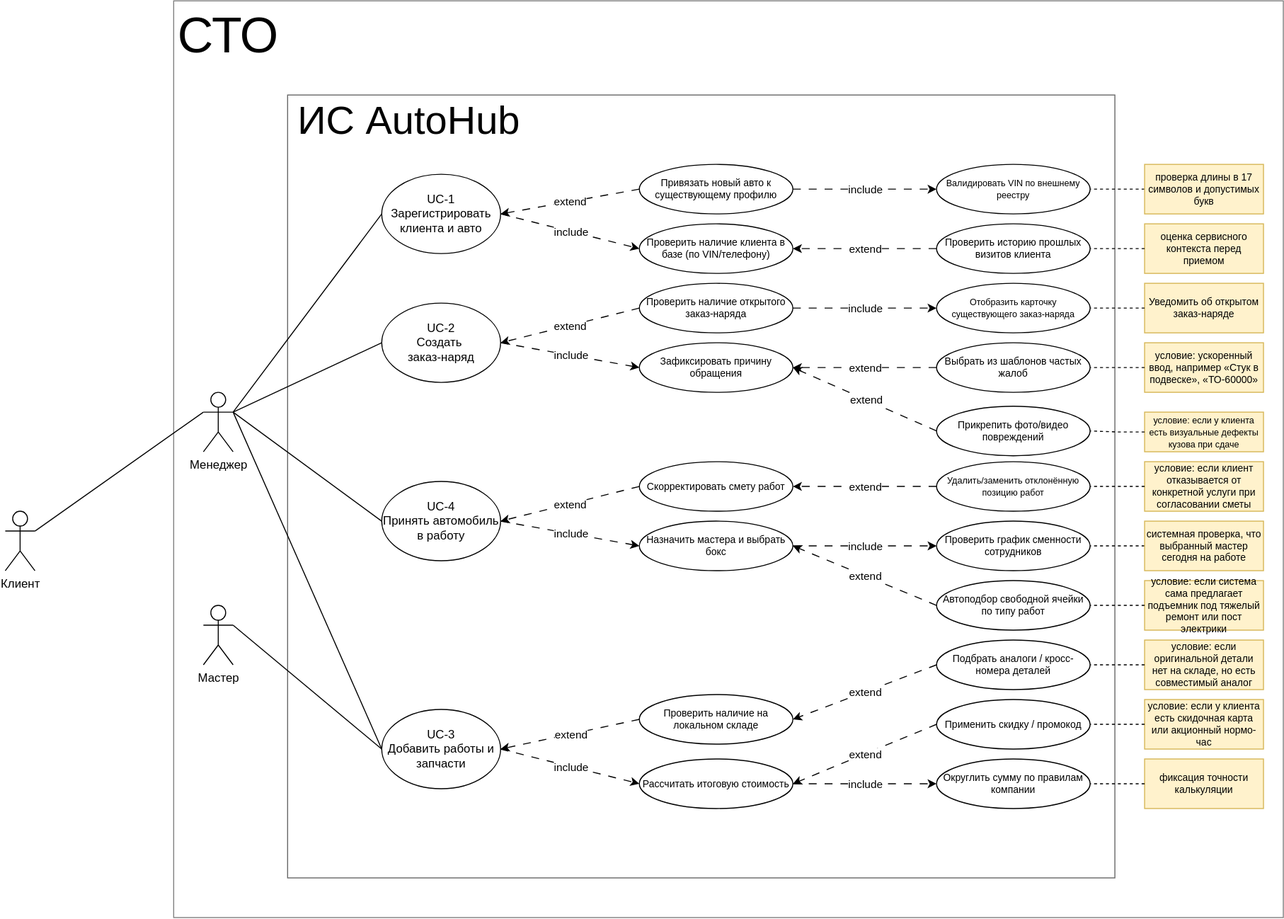
IggyKuz/AutoHub-Docs keeps this draw.io diagram as docs/assets/images/usecase-diagram.svg. Above is the earlier version. Source tidied: cells renumbered, new cells last; positions are measured from the earlier drawing's top-left corner, leaving out a move shared by most shapes.
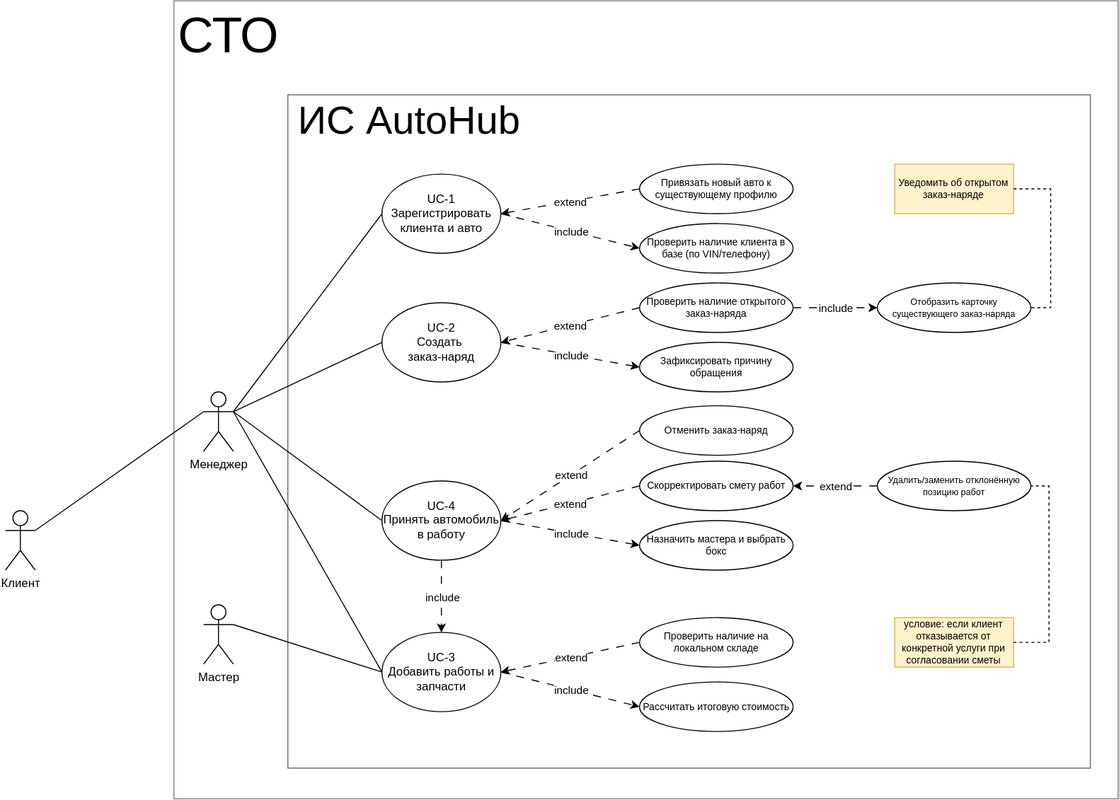
The same diagram one commit later.

Commit message:
пункт 7 ощип курицы UC

What changed in the source:
```diff
@@ -3,10 +3,10 @@
     <mxCell id="0" />
     <mxCell id="1" parent="0" />
     <mxCell id="2" style="rounded=0;whiteSpace=wrap;html=1;opacity=50;" parent="1" vertex="1">
-      <mxGeometry x="170" width="1120" height="925" as="geometry" />
+      <mxGeometry x="170" width="953" height="806" as="geometry" />
     </mxCell>
     <mxCell id="3" style="rounded=0;whiteSpace=wrap;html=1;strokeColor=light-dark(#000000,#000000);opacity=60;" parent="1" vertex="1">
-      <mxGeometry x="285" y="95" width="835" height="790" as="geometry" />
+      <mxGeometry x="285" y="95" width="810" height="680" as="geometry" />
     </mxCell>
     <mxCell id="4" value="&lt;font style=&quot;font-size: 40px;&quot;&gt;ИС AutoHub&lt;/font&gt;" style="text;html=1;whiteSpace=wrap;strokeColor=none;fillColor=none;align=center;verticalAlign=middle;rounded=0;" parent="1" vertex="1">
       <mxGeometry x="290" y="105" width="235" height="30" as="geometry" />
@@ -18,7 +18,7 @@
       <mxGeometry x="200" y="610" width="30" height="60" as="geometry" />
     </mxCell>
     <mxCell id="7" value="&lt;div&gt;UC-3&lt;/div&gt;Добавить работы и запчасти" style="ellipse;whiteSpace=wrap;html=1;" parent="1" vertex="1">
-      <mxGeometry x="380" y="715" width="120" height="80" as="geometry" />
+      <mxGeometry x="380" y="638" width="120" height="80" as="geometry" />
     </mxCell>
     <mxCell id="8" style="endArrow=none;html=1;rounded=0;entryX=0;entryY=0.5;entryDx=0;entryDy=0;exitX=1;exitY=0.3333333333333333;exitDx=0;exitDy=0;exitPerimeter=0;" parent="1" edge="1" source="6" target="7">
       <mxGeometry relative="1" as="geometry" />
@@ -78,10 +78,10 @@
       <mxGeometry x="640" y="465" width="155" height="50" as="geometry" />
     </mxCell>
     <mxCell id="27" value="Рассчитать итоговую стоимость" style="ellipse;whiteSpace=wrap;html=1;fontSize=10;" parent="1" vertex="1">
-      <mxGeometry x="640" y="765" width="155" height="50" as="geometry" />
+      <mxGeometry x="640" y="688" width="155" height="50" as="geometry" />
     </mxCell>
     <mxCell id="28" value="Проверить наличие на локальном складе" style="ellipse;whiteSpace=wrap;html=1;fontSize=10;" parent="1" vertex="1">
-      <mxGeometry x="640" y="700" width="155" height="50" as="geometry" />
+      <mxGeometry x="640" y="623" width="155" height="50" as="geometry" />
     </mxCell>
     <mxCell id="29" style="endArrow=classic;html=1;rounded=0;entryX=0;entryY=0.5;entryDx=0;entryDy=0;dashed=1;dashPattern=8 8;exitX=1;exitY=0.5;exitDx=0;exitDy=0;" parent="1" edge="1" source="7" target="27">
       <mxGeometry relative="1" as="geometry" />
@@ -125,44 +125,8 @@
     <mxCell id="42" value="extend" style="edgeLabel;html=1;align=center;verticalAlign=middle;" parent="41" vertex="1">
       <mxGeometry relative="1" as="geometry" />
     </mxCell>
-    <mxCell id="43" style="endArrow=classic;html=1;rounded=0;entryX=1;entryY=0.5;entryDx=0;entryDy=0;dashed=1;dashPattern=8 8;exitX=0;exitY=0.5;exitDx=0;exitDy=0;" parent="1" edge="1" source="45" target="23">
-      <mxGeometry relative="1" as="geometry" />
-    </mxCell>
-    <mxCell id="44" value="extend" style="edgeLabel;html=1;align=center;verticalAlign=middle;" parent="43" vertex="1">
-      <mxGeometry relative="1" as="geometry" />
-    </mxCell>
-    <mxCell id="45" value="Проверить историю прошлых визитов клиента" style="ellipse;whiteSpace=wrap;html=1;fontSize=10;" parent="1" vertex="1">
-      <mxGeometry x="940" y="225" width="155" height="50" as="geometry" />
-    </mxCell>
-    <mxCell id="46" value="&lt;font style=&quot;font-size: 9px;&quot;&gt;Валидировать VIN по внешнему реестру&lt;/font&gt;" style="ellipse;whiteSpace=wrap;html=1;fontSize=10;" parent="1" vertex="1">
-      <mxGeometry x="940" y="165" width="155" height="50" as="geometry" />
-    </mxCell>
-    <mxCell id="47" style="endArrow=classic;html=1;rounded=0;entryX=0;entryY=0.5;entryDx=0;entryDy=0;dashed=1;dashPattern=8 8;exitX=1;exitY=0.5;exitDx=0;exitDy=0;" parent="1" edge="1" source="25" target="46">
-      <mxGeometry relative="1" as="geometry" />
-    </mxCell>
-    <mxCell id="48" value="include" style="edgeLabel;html=1;align=center;verticalAlign=middle;" parent="47" vertex="1">
-      <mxGeometry relative="1" as="geometry" />
-    </mxCell>
-    <mxCell id="49" value="Прикрепить фото/видео повреждений" style="ellipse;whiteSpace=wrap;html=1;fontSize=10;" parent="1" vertex="1">
-      <mxGeometry x="940" y="409" width="155" height="50" as="geometry" />
-    </mxCell>
-    <mxCell id="50" style="endArrow=classic;html=1;rounded=0;entryX=1;entryY=0.5;entryDx=0;entryDy=0;dashed=1;dashPattern=8 8;exitX=0;exitY=0.5;exitDx=0;exitDy=0;" parent="1" edge="1" source="54" target="22">
-      <mxGeometry relative="1" as="geometry" />
-    </mxCell>
-    <mxCell id="51" value="extend" style="edgeLabel;html=1;align=center;verticalAlign=middle;" parent="50" vertex="1">
-      <mxGeometry relative="1" as="geometry" />
-    </mxCell>
-    <mxCell id="52" style="endArrow=classic;html=1;rounded=0;entryX=1;entryY=0.5;entryDx=0;entryDy=0;dashed=1;dashPattern=8 8;exitX=0;exitY=0.5;exitDx=0;exitDy=0;" parent="1" edge="1" source="49" target="22">
-      <mxGeometry relative="1" as="geometry" />
-    </mxCell>
-    <mxCell id="53" value="extend" style="edgeLabel;html=1;align=center;verticalAlign=middle;" parent="52" vertex="1">
-      <mxGeometry relative="1" as="geometry" />
-    </mxCell>
-    <mxCell id="54" value="Выбрать из шаблонов частых жалоб" style="ellipse;whiteSpace=wrap;html=1;fontSize=10;" parent="1" vertex="1">
-      <mxGeometry x="940" y="345" width="155" height="50" as="geometry" />
-    </mxCell>
     <mxCell id="55" value="&lt;font style=&quot;font-size: 9px;&quot;&gt;Отобразить карточку существующего заказ-наряда&lt;/font&gt;" style="ellipse;whiteSpace=wrap;html=1;fontSize=10;" parent="1" vertex="1">
-      <mxGeometry x="940" y="285" width="155" height="50" as="geometry" />
+      <mxGeometry x="880" y="285" width="155" height="50" as="geometry" />
     </mxCell>
     <mxCell id="56" style="endArrow=classic;html=1;rounded=0;entryX=0;entryY=0.5;entryDx=0;entryDy=0;dashed=1;dashPattern=8 8;exitX=1;exitY=0.5;exitDx=0;exitDy=0;" parent="1" edge="1" source="24" target="55">
       <mxGeometry relative="1" as="geometry" />
@@ -170,125 +134,46 @@
     <mxCell id="57" value="include" style="edgeLabel;html=1;align=center;verticalAlign=middle;" parent="56" vertex="1">
       <mxGeometry relative="1" as="geometry" />
     </mxCell>
-    <mxCell id="58" value="Округлить сумму по правилам компании" style="ellipse;whiteSpace=wrap;html=1;fontSize=10;" parent="1" vertex="1">
-      <mxGeometry x="940" y="765" width="155" height="50" as="geometry" />
-    </mxCell>
-    <mxCell id="59" value="Применить скидку / промокод" style="ellipse;whiteSpace=wrap;html=1;fontSize=10;" parent="1" vertex="1">
-      <mxGeometry x="940" y="705" width="155" height="50" as="geometry" />
-    </mxCell>
-    <mxCell id="60" style="endArrow=classic;html=1;rounded=0;entryX=0;entryY=0.5;entryDx=0;entryDy=0;dashed=1;dashPattern=8 8;exitX=1;exitY=0.5;exitDx=0;exitDy=0;" parent="1" edge="1" source="27" target="58">
-      <mxGeometry relative="1" as="geometry" />
-    </mxCell>
-    <mxCell id="61" value="include" style="edgeLabel;html=1;align=center;verticalAlign=middle;" parent="60" vertex="1">
-      <mxGeometry relative="1" as="geometry" />
-    </mxCell>
-    <mxCell id="62" style="endArrow=classic;html=1;rounded=0;entryX=1;entryY=0.5;entryDx=0;entryDy=0;dashed=1;dashPattern=8 8;exitX=0;exitY=0.5;exitDx=0;exitDy=0;" parent="1" edge="1" source="59" target="27">
-      <mxGeometry relative="1" as="geometry" />
-    </mxCell>
-    <mxCell id="63" value="extend" style="edgeLabel;html=1;align=center;verticalAlign=middle;" parent="62" vertex="1">
-      <mxGeometry relative="1" as="geometry" />
-    </mxCell>
-    <mxCell id="64" value="Подбрать аналоги / кросс-номера деталей" style="ellipse;whiteSpace=wrap;html=1;fontSize=10;" parent="1" vertex="1">
-      <mxGeometry x="940" y="645" width="155" height="50" as="geometry" />
-    </mxCell>
-    <mxCell id="65" style="endArrow=classic;html=1;rounded=0;entryX=1;entryY=0.5;entryDx=0;entryDy=0;dashed=1;dashPattern=8 8;exitX=0;exitY=0.5;exitDx=0;exitDy=0;" parent="1" edge="1" source="64" target="28">
-      <mxGeometry relative="1" as="geometry" />
-    </mxCell>
-    <mxCell id="66" value="extend" style="edgeLabel;html=1;align=center;verticalAlign=middle;" parent="65" vertex="1">
-      <mxGeometry relative="1" as="geometry" />
-    </mxCell>
-    <mxCell id="67" value="Автоподбор свободной ячейки по типу работ" style="ellipse;whiteSpace=wrap;html=1;fontSize=10;" parent="1" vertex="1">
-      <mxGeometry x="940" y="585" width="155" height="50" as="geometry" />
-    </mxCell>
     <mxCell id="68" value="&lt;font style=&quot;font-size: 9px;&quot;&gt;Удалить/заменить отклонённую позицию работ&lt;/font&gt;" style="ellipse;whiteSpace=wrap;html=1;fontSize=10;" parent="1" vertex="1">
-      <mxGeometry x="940" y="465" width="155" height="50" as="geometry" />
+      <mxGeometry x="880" y="465" width="155" height="50" as="geometry" />
     </mxCell>
-    <mxCell id="69" value="Проверить график сменности сотрудников" style="ellipse;whiteSpace=wrap;html=1;fontSize=10;" parent="1" vertex="1">
-      <mxGeometry x="940" y="525" width="155" height="50" as="geometry" />
-    </mxCell>
-    <mxCell id="70" style="endArrow=classic;html=1;rounded=0;entryX=0;entryY=0.5;entryDx=0;entryDy=0;dashed=1;dashPattern=8 8;exitX=1;exitY=0.5;exitDx=0;exitDy=0;" parent="1" edge="1" source="9" target="69">
-      <mxGeometry relative="1" as="geometry" />
-    </mxCell>
-    <mxCell id="71" value="include" style="edgeLabel;html=1;align=center;verticalAlign=middle;" parent="70" vertex="1">
-      <mxGeometry relative="1" as="geometry" />
-    </mxCell>
-    <mxCell id="72" style="endArrow=classic;html=1;rounded=0;entryX=1;entryY=0.5;entryDx=0;entryDy=0;dashed=1;dashPattern=8 8;exitX=0;exitY=0.5;exitDx=0;exitDy=0;" parent="1" edge="1" source="67" target="9">
-      <mxGeometry relative="1" as="geometry" />
-    </mxCell>
-    <mxCell id="73" value="extend" style="edgeLabel;html=1;align=center;verticalAlign=middle;" parent="72" vertex="1">
-      <mxGeometry relative="1" as="geometry" />
-    </mxCell>
     <mxCell id="74" style="endArrow=classic;html=1;rounded=0;entryX=1;entryY=0.5;entryDx=0;entryDy=0;dashed=1;dashPattern=8 8;exitX=0;exitY=0.5;exitDx=0;exitDy=0;" parent="1" edge="1" source="68" target="26">
       <mxGeometry relative="1" as="geometry" />
     </mxCell>
     <mxCell id="75" value="extend" style="edgeLabel;html=1;align=center;verticalAlign=middle;" parent="74" vertex="1">
       <mxGeometry relative="1" as="geometry" />
     </mxCell>
-    <mxCell id="76" style="edgeStyle=orthogonalEdgeStyle;rounded=0;jettySize=auto;html=1;endArrow=none;endFill=0;strokeColor=light-dark(#000000,#000000);dashed=1;" parent="1" edge="1" source="77" target="46">
-      <mxGeometry relative="1" as="geometry" />
-    </mxCell>
-    <mxCell id="77" value="проверка длины в 17 символов и допустимых букв" style="rounded=0;whiteSpace=wrap;html=1;fillColor=#fff2cc;strokeColor=#d6b656;fontSize=10;" parent="1" vertex="1">
-      <mxGeometry x="1150" y="165" width="120" height="50" as="geometry" />
-    </mxCell>
-    <mxCell id="78" value="оценка сервисного контекста перед приемом" style="rounded=0;whiteSpace=wrap;html=1;fillColor=#fff2cc;strokeColor=#d6b656;fontSize=10;" parent="1" vertex="1">
-      <mxGeometry x="1150" y="225" width="120" height="50" as="geometry" />
-    </mxCell>
-    <mxCell id="79" style="edgeStyle=orthogonalEdgeStyle;rounded=0;jettySize=auto;html=1;endArrow=none;endFill=0;strokeColor=light-dark(#000000,#000000);entryX=1;entryY=0.5;entryDx=0;entryDy=0;exitX=0;exitY=0.5;exitDx=0;exitDy=0;dashed=1;" parent="1" edge="1" source="78" target="45">
-      <mxGeometry relative="1" as="geometry" />
-    </mxCell>
     <mxCell id="80" value="Уведомить об открытом заказ-наряде" style="rounded=0;whiteSpace=wrap;html=1;fillColor=#fff2cc;strokeColor=#d6b656;fontSize=10;" parent="1" vertex="1">
-      <mxGeometry x="1150" y="285" width="120" height="50" as="geometry" />
+      <mxGeometry x="897.5" y="165" width="120" height="50" as="geometry" />
     </mxCell>
-    <mxCell id="81" style="edgeStyle=orthogonalEdgeStyle;rounded=0;jettySize=auto;html=1;endArrow=none;endFill=0;strokeColor=light-dark(#000000,#000000);entryX=1;entryY=0.5;entryDx=0;entryDy=0;exitX=0;exitY=0.5;exitDx=0;exitDy=0;dashed=1;" parent="1" edge="1" source="80" target="55">
+    <mxCell id="81" style="edgeStyle=orthogonalEdgeStyle;rounded=0;jettySize=auto;html=1;endArrow=none;endFill=0;strokeColor=light-dark(#000000,#000000);entryX=1;entryY=0.5;entryDx=0;entryDy=0;exitX=1;exitY=0.5;exitDx=0;exitDy=0;dashed=1;" parent="1" edge="1" source="80" target="55">
       <mxGeometry relative="1" as="geometry" />
     </mxCell>
-    <mxCell id="82" value="условие: ускоренный ввод, например «Стук в подвеске», «ТО-60000»" style="rounded=0;whiteSpace=wrap;html=1;fillColor=#fff2cc;strokeColor=#d6b656;fontSize=10;" parent="1" vertex="1">
-      <mxGeometry x="1150" y="345" width="120" height="50" as="geometry" />
-    </mxCell>
-    <mxCell id="83" style="edgeStyle=orthogonalEdgeStyle;rounded=0;jettySize=auto;html=1;endArrow=none;endFill=0;strokeColor=light-dark(#000000,#000000);entryX=1;entryY=0.5;entryDx=0;entryDy=0;exitX=0;exitY=0.5;exitDx=0;exitDy=0;dashed=1;" parent="1" edge="1" source="82" target="54">
-      <mxGeometry relative="1" as="geometry" />
-    </mxCell>
-    <mxCell id="84" value="&lt;font style=&quot;font-size: 9px;&quot;&gt;условие: если у клиента есть визуальные дефекты кузова при сдаче&lt;/font&gt;" style="rounded=0;whiteSpace=wrap;html=1;fillColor=#fff2cc;strokeColor=#d6b656;fontSize=10;" parent="1" vertex="1">
-      <mxGeometry x="1150" y="415" width="120" height="40" as="geometry" />
-    </mxCell>
-    <mxCell id="85" style="edgeStyle=orthogonalEdgeStyle;rounded=0;jettySize=auto;html=1;endArrow=none;endFill=0;strokeColor=light-dark(#000000,#000000);entryX=1;entryY=0.5;entryDx=0;entryDy=0;exitX=0;exitY=0.5;exitDx=0;exitDy=0;dashed=1;" parent="1" edge="1" source="84" target="49">
-      <mxGeometry relative="1" as="geometry" />
-    </mxCell>
     <mxCell id="86" value="условие: если клиент отказывается от конкретной услуги при согласовании сметы" style="rounded=0;whiteSpace=wrap;html=1;fillColor=#fff2cc;strokeColor=#d6b656;fontSize=10;" parent="1" vertex="1">
-      <mxGeometry x="1150" y="465" width="120" height="50" as="geometry" />
+      <mxGeometry x="897.5" y="623" width="120" height="50" as="geometry" />
     </mxCell>
-    <mxCell id="87" style="edgeStyle=orthogonalEdgeStyle;rounded=0;jettySize=auto;html=1;endArrow=none;endFill=0;strokeColor=light-dark(#000000,#000000);entryX=1;entryY=0.5;entryDx=0;entryDy=0;exitX=0;exitY=0.5;exitDx=0;exitDy=0;dashed=1;" parent="1" edge="1" source="86" target="68">
-      <mxGeometry relative="1" as="geometry" />
+    <mxCell id="87" style="edgeStyle=orthogonalEdgeStyle;rounded=0;jettySize=auto;html=1;endArrow=none;endFill=0;strokeColor=light-dark(#000000,#000000);entryX=1;entryY=0.5;entryDx=0;entryDy=0;exitX=1;exitY=0.5;exitDx=0;exitDy=0;dashed=1;" parent="1" edge="1" source="86" target="68">
+      <mxGeometry relative="1" as="geometry">
+        <Array as="points">
+          <mxPoint x="1053.3" y="647.9" />
+          <mxPoint x="1053.3" y="490.1" />
+        </Array>
+      </mxGeometry>
     </mxCell>
-    <mxCell id="88" style="edgeStyle=orthogonalEdgeStyle;rounded=0;jettySize=auto;html=1;endArrow=none;endFill=0;strokeColor=light-dark(#000000,#000000);entryX=1;entryY=0.5;entryDx=0;entryDy=0;exitX=0;exitY=0.5;exitDx=0;exitDy=0;dashed=1;" parent="1" edge="1" source="89" target="69">
-      <mxGeometry relative="1" as="geometry" />
-    </mxCell>
-    <mxCell id="89" value="системная проверка, что выбранный мастер сегодня на работе" style="rounded=0;whiteSpace=wrap;html=1;fillColor=#fff2cc;strokeColor=#d6b656;fontSize=10;" parent="1" vertex="1">
-      <mxGeometry x="1150" y="525" width="120" height="50" as="geometry" />
-    </mxCell>
-    <mxCell id="90" value="условие: если система сама предлагает подъемник под тяжелый ремонт или пост электрики" style="rounded=0;whiteSpace=wrap;html=1;fillColor=#fff2cc;strokeColor=#d6b656;fontSize=10;" parent="1" vertex="1">
-      <mxGeometry x="1150" y="585" width="120" height="50" as="geometry" />
-    </mxCell>
-    <mxCell id="91" style="edgeStyle=orthogonalEdgeStyle;rounded=0;jettySize=auto;html=1;endArrow=none;endFill=0;strokeColor=light-dark(#000000,#000000);entryX=1;entryY=0.5;entryDx=0;entryDy=0;exitX=0;exitY=0.5;exitDx=0;exitDy=0;dashed=1;" parent="1" edge="1" source="90" target="67">
-      <mxGeometry relative="1" as="geometry" />
-    </mxCell>
-    <mxCell id="92" value="условие: если оригинальной детали нет на складе, но есть совместимый аналог" style="rounded=0;whiteSpace=wrap;html=1;fillColor=#fff2cc;strokeColor=#d6b656;fontSize=10;" parent="1" vertex="1">
-      <mxGeometry x="1150" y="645" width="120" height="50" as="geometry" />
-    </mxCell>
-    <mxCell id="93" style="edgeStyle=orthogonalEdgeStyle;rounded=0;jettySize=auto;html=1;endArrow=none;endFill=0;strokeColor=light-dark(#000000,#000000);entryX=1;entryY=0.5;entryDx=0;entryDy=0;exitX=0;exitY=0.5;exitDx=0;exitDy=0;dashed=1;" parent="1" edge="1" source="92" target="64">
-      <mxGeometry relative="1" as="geometry" />
-    </mxCell>
-    <mxCell id="94" value="условие: если у клиента есть скидочная карта или акционный нормо-час" style="rounded=0;whiteSpace=wrap;html=1;fillColor=#fff2cc;strokeColor=#d6b656;fontSize=10;" parent="1" vertex="1">
-      <mxGeometry x="1150" y="705" width="120" height="50" as="geometry" />
-    </mxCell>
-    <mxCell id="95" style="edgeStyle=orthogonalEdgeStyle;rounded=0;jettySize=auto;html=1;endArrow=none;endFill=0;strokeColor=light-dark(#000000,#000000);entryX=1;entryY=0.5;entryDx=0;entryDy=0;exitX=0;exitY=0.5;exitDx=0;exitDy=0;dashed=1;" parent="1" edge="1" source="94" target="59">
-      <mxGeometry relative="1" as="geometry" />
-    </mxCell>
-    <mxCell id="96" value="фиксация точности калькуляции" style="rounded=0;whiteSpace=wrap;html=1;fillColor=#fff2cc;strokeColor=#d6b656;fontSize=10;" parent="1" vertex="1">
-      <mxGeometry x="1150" y="765" width="120" height="50" as="geometry" />
-    </mxCell>
-    <mxCell id="97" style="edgeStyle=orthogonalEdgeStyle;rounded=0;jettySize=auto;html=1;endArrow=none;endFill=0;strokeColor=light-dark(#000000,#000000);entryX=1;entryY=0.5;entryDx=0;entryDy=0;exitX=0;exitY=0.5;exitDx=0;exitDy=0;dashed=1;" parent="1" edge="1" source="96" target="58">
-      <mxGeometry relative="1" as="geometry" />
-    </mxCell>
+    <mxCell id="98" value="Отменить заказ-наряд" style="ellipse;whiteSpace=wrap;html=1;fontSize=10;" parent="1" vertex="1">
+      <mxGeometry x="640" y="409" width="155" height="50" as="geometry" />
+    </mxCell>
+    <mxCell id="99" style="endArrow=classic;html=1;rounded=0;entryX=1;entryY=0.5;entryDx=0;entryDy=0;dashed=1;dashPattern=8 8;exitX=0;exitY=0.5;exitDx=0;exitDy=0;" parent="1" edge="1" source="98" target="20">
+      <mxGeometry relative="1" as="geometry" />
+    </mxCell>
+    <mxCell id="100" value="extend" style="edgeLabel;html=1;align=center;verticalAlign=middle;" parent="99" vertex="1">
+      <mxGeometry relative="1" as="geometry" />
+    </mxCell>
+    <mxCell id="101" style="endArrow=classic;html=1;rounded=0;entryX=0.5;entryY=0;entryDx=0;entryDy=0;dashed=1;dashPattern=8 8;exitX=0.5;exitY=1;exitDx=0;exitDy=0;" parent="1" edge="1" source="20" target="7">
+      <mxGeometry relative="1" as="geometry" />
+    </mxCell>
+    <mxCell id="102" value="include" style="edgeLabel;html=1;align=center;verticalAlign=middle;" parent="101" vertex="1">
+      <mxGeometry relative="1" as="geometry" />
+    </mxCell>
   </root>
 </mxGraphModel>
```
